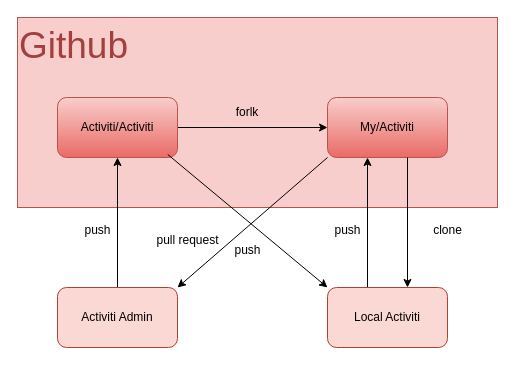
The draw.io diagram github的工作模式.drawio in ChengziMao/diagrams, before the edit. Source tidied: cells renumbered, new cells numbered last; positions are measured from the earlier drawing's top-left corner, leaving out a move shared by most shapes. Both pictures are drawn from the tidied source at 100%, with x=0, y=0 at pixel (17, 17).
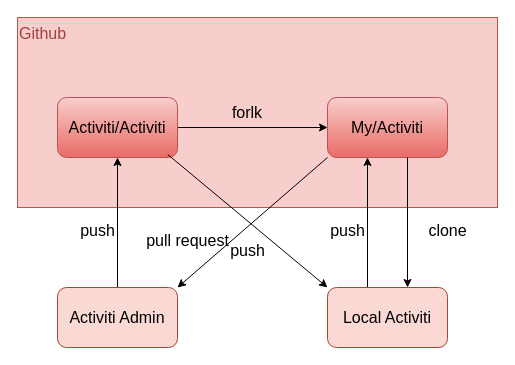
The same diagram, later.

Commit message (it also covers changes not shown here):
更新github的工作模式.drawio

What changed in the source:
```diff
@@
-    <mxCell id="2" value="&lt;font class=&quot;notranslate fyzs-translate-target fyzs-translate-target-wrapper&quot; style=&quot;vertical-align: inherit;&quot;&gt;&lt;font class=&quot;notranslate fyzs-translate-target fyzs-translate-target-box&quot; style=&quot;vertical-align: inherit;&quot;&gt;&lt;font class=&quot;notranslate fyzs-translate-target fyzs-translate-target-text&quot; title=&quot;G&quot; style=&quot;vertical-align: inherit; font-size: 37px;&quot;&gt;Github&lt;/font&gt;&lt;/font&gt;&lt;/font&gt;" style="rounded=0;whiteSpace=wrap;html=1;verticalAlign=top;align=left;fillColor=#f8cecc;strokeColor=#b85450;fontColor=light-dark(#a23f3f, #ededed);" parent="1" vertex="1">
+    <mxCell id="2" value="&lt;font class=&quot;notranslate fyzs-translate-target fyzs-translate-target-wrapper&quot; style=&quot;vertical-align: inherit;&quot;&gt;&lt;font class=&quot;notranslate fyzs-translate-target fyzs-translate-target-box&quot; style=&quot;vertical-align: inherit;&quot;&gt;&lt;font class=&quot;notranslate fyzs-translate-target fyzs-translate-target-text&quot; title=&quot;G&quot; style=&quot;vertical-align: inherit;&quot;&gt;Github&lt;/font&gt;&lt;/font&gt;&lt;/font&gt;" style="rounded=0;whiteSpace=wrap;html=1;verticalAlign=top;align=left;fillColor=#f8cecc;strokeColor=#b85450;fontColor=light-dark(#a23f3f, #ededed);fontSize=16;" parent="1" vertex="1">
       <mxGeometry width="480" height="190" as="geometry" />
     </mxCell>
-    <mxCell id="3" style="edgeStyle=orthogonalEdgeStyle;rounded=0;jettySize=auto;html=1;" parent="1" edge="1" source="4" target="9">
+    <mxCell id="3" style="edgeStyle=orthogonalEdgeStyle;rounded=0;jettySize=auto;html=1;fontSize=16;" parent="1" edge="1" source="4" target="9">
       <mxGeometry relative="1" as="geometry" />
     </mxCell>
-    <mxCell id="4" value="&lt;font style=&quot;vertical-align: inherit;&quot; class=&quot;notranslate fyzs-translate-target fyzs-translate-target-wrapper&quot;&gt;&lt;font style=&quot;vertical-align: inherit;&quot; class=&quot;notranslate fyzs-translate-target fyzs-translate-target-box&quot;&gt;&lt;font style=&quot;vertical-align: inherit;&quot; title=&quot;A&quot; class=&quot;notranslate fyzs-translate-target fyzs-translate-target-text&quot;&gt;Activiti/Activiti&lt;/font&gt;&lt;/font&gt;&lt;/font&gt;" style="rounded=1;whiteSpace=wrap;html=1;fillColor=#f8cecc;strokeColor=#b85450;gradientColor=#ea6b66;" parent="1" vertex="1">
+    <mxCell id="4" value="&lt;font style=&quot;vertical-align: inherit;&quot; class=&quot;notranslate fyzs-translate-target fyzs-translate-target-wrapper&quot;&gt;&lt;font style=&quot;vertical-align: inherit;&quot; class=&quot;notranslate fyzs-translate-target fyzs-translate-target-box&quot;&gt;&lt;font style=&quot;vertical-align: inherit;&quot; title=&quot;A&quot; class=&quot;notranslate fyzs-translate-target fyzs-translate-target-text&quot;&gt;Activiti/Activiti&lt;/font&gt;&lt;/font&gt;&lt;/font&gt;" style="rounded=1;whiteSpace=wrap;html=1;fillColor=#f8cecc;strokeColor=#b85450;gradientColor=#ea6b66;fontSize=16;" parent="1" vertex="1">
       <mxGeometry x="40" y="80" width="120" height="60" as="geometry" />
     </mxCell>
-    <mxCell id="5" style="edgeStyle=orthogonalEdgeStyle;rounded=0;jettySize=auto;html=1;entryX=0.5;entryY=1;entryDx=0;entryDy=0;" parent="1" edge="1" source="6" target="4">
+    <mxCell id="5" style="edgeStyle=orthogonalEdgeStyle;rounded=0;jettySize=auto;html=1;entryX=0.5;entryY=1;entryDx=0;entryDy=0;fontSize=16;" parent="1" edge="1" source="6" target="4">
       <mxGeometry relative="1" as="geometry" />
     </mxCell>
-    <mxCell id="6" value="&lt;font style=&quot;vertical-align: inherit;&quot; class=&quot;notranslate fyzs-translate-target fyzs-translate-target-wrapper&quot;&gt;&lt;font style=&quot;vertical-align: inherit;&quot; class=&quot;notranslate fyzs-translate-target fyzs-translate-target-box&quot;&gt;&lt;font style=&quot;vertical-align: inherit;&quot; title=&quot;A&quot; class=&quot;notranslate fyzs-translate-target fyzs-translate-target-text&quot;&gt;Activiti Admin&lt;/font&gt;&lt;/font&gt;&lt;/font&gt;" style="rounded=1;whiteSpace=wrap;html=1;fillColor=#fad9d5;strokeColor=#ae4132;" parent="1" vertex="1">
+    <mxCell id="6" value="&lt;font style=&quot;vertical-align: inherit;&quot; class=&quot;notranslate fyzs-translate-target fyzs-translate-target-wrapper&quot;&gt;&lt;font style=&quot;vertical-align: inherit;&quot; class=&quot;notranslate fyzs-translate-target fyzs-translate-target-box&quot;&gt;&lt;font style=&quot;vertical-align: inherit;&quot; title=&quot;A&quot; class=&quot;notranslate fyzs-translate-target fyzs-translate-target-text&quot;&gt;Activiti Admin&lt;/font&gt;&lt;/font&gt;&lt;/font&gt;" style="rounded=1;whiteSpace=wrap;html=1;fillColor=#fad9d5;strokeColor=#ae4132;fontSize=16;" parent="1" vertex="1">
       <mxGeometry x="40" y="270" width="120" height="60" as="geometry" />
     </mxCell>
-    <mxCell id="7" style="edgeStyle=orthogonalEdgeStyle;rounded=0;orthogonalLoop=1;jettySize=auto;html=1;entryX=0.5;entryY=1;entryDx=0;entryDy=0;" parent="1" edge="1">
+    <mxCell id="7" style="edgeStyle=orthogonalEdgeStyle;rounded=0;orthogonalLoop=1;jettySize=auto;html=1;entryX=0.5;entryY=1;entryDx=0;entryDy=0;fontSize=16;" parent="1" edge="1">
       <mxGeometry relative="1" as="geometry">
         <mxPoint x="350" y="270" as="sourcePoint" />
         <mxPoint x="350" y="140" as="targetPoint" />
       </mxGeometry>
     </mxCell>
-    <mxCell id="8" value="&lt;font style=&quot;vertical-align: inherit;&quot; class=&quot;notranslate fyzs-translate-target fyzs-translate-target-wrapper&quot;&gt;&lt;font style=&quot;vertical-align: inherit;&quot; class=&quot;notranslate fyzs-translate-target fyzs-translate-target-box&quot;&gt;&lt;font style=&quot;vertical-align: inherit;&quot; title=&quot;L&quot; class=&quot;notranslate fyzs-translate-target fyzs-translate-target-text&quot;&gt;Local Activiti&lt;/font&gt;&lt;/font&gt;&lt;/font&gt;" style="rounded=1;whiteSpace=wrap;html=1;fillColor=#fad9d5;strokeColor=#ae4132;" parent="1" vertex="1">
+    <mxCell id="8" value="&lt;font style=&quot;vertical-align: inherit;&quot; class=&quot;notranslate fyzs-translate-target fyzs-translate-target-wrapper&quot;&gt;&lt;font style=&quot;vertical-align: inherit;&quot; class=&quot;notranslate fyzs-translate-target fyzs-translate-target-box&quot;&gt;&lt;font style=&quot;vertical-align: inherit;&quot; title=&quot;L&quot; class=&quot;notranslate fyzs-translate-target fyzs-translate-target-text&quot;&gt;Local Activiti&lt;/font&gt;&lt;/font&gt;&lt;/font&gt;" style="rounded=1;whiteSpace=wrap;html=1;fillColor=#fad9d5;strokeColor=#ae4132;fontSize=16;" parent="1" vertex="1">
       <mxGeometry x="310" y="270" width="120" height="60" as="geometry" />
     </mxCell>
-    <mxCell id="9" value="&lt;font style=&quot;vertical-align: inherit;&quot; class=&quot;notranslate fyzs-translate-target fyzs-translate-target-wrapper&quot;&gt;&lt;font style=&quot;vertical-align: inherit;&quot; class=&quot;notranslate fyzs-translate-target fyzs-translate-target-box&quot;&gt;&lt;font style=&quot;vertical-align: inherit;&quot; title=&quot;m&quot; class=&quot;notranslate fyzs-translate-target fyzs-translate-target-text&quot;&gt;My/Activiti&lt;/font&gt;&lt;/font&gt;&lt;/font&gt;" style="rounded=1;whiteSpace=wrap;html=1;fillColor=#f8cecc;gradientColor=#ea6b66;strokeColor=#b85450;" parent="1" vertex="1">
+    <mxCell id="9" value="&lt;font style=&quot;vertical-align: inherit;&quot; class=&quot;notranslate fyzs-translate-target fyzs-translate-target-wrapper&quot;&gt;&lt;font style=&quot;vertical-align: inherit;&quot; class=&quot;notranslate fyzs-translate-target fyzs-translate-target-box&quot;&gt;&lt;font style=&quot;vertical-align: inherit;&quot; title=&quot;m&quot; class=&quot;notranslate fyzs-translate-target fyzs-translate-target-text&quot;&gt;My/Activiti&lt;/font&gt;&lt;/font&gt;&lt;/font&gt;" style="rounded=1;whiteSpace=wrap;html=1;fillColor=#f8cecc;gradientColor=#ea6b66;strokeColor=#b85450;fontSize=16;" parent="1" vertex="1">
       <mxGeometry x="310" y="80" width="120" height="60" as="geometry" />
     </mxCell>
-    <mxCell id="10" value="&lt;font style=&quot;vertical-align: inherit;&quot; class=&quot;notranslate fyzs-translate-target fyzs-translate-target-wrapper&quot;&gt;&lt;font style=&quot;vertical-align: inherit;&quot; class=&quot;notranslate fyzs-translate-target fyzs-translate-target-box&quot;&gt;&lt;font style=&quot;vertical-align: inherit;&quot; title=&quot;Text&quot; class=&quot;notranslate fyzs-translate-target fyzs-translate-target-text&quot;&gt;forlk&lt;/font&gt;&lt;/font&gt;&lt;/font&gt;" style="text;html=1;align=center;verticalAlign=middle;whiteSpace=wrap;rounded=0;" parent="1" vertex="1">
+    <mxCell id="10" value="&lt;font style=&quot;vertical-align: inherit;&quot; class=&quot;notranslate fyzs-translate-target fyzs-translate-target-wrapper&quot;&gt;&lt;font style=&quot;vertical-align: inherit;&quot; class=&quot;notranslate fyzs-translate-target fyzs-translate-target-box&quot;&gt;&lt;font style=&quot;vertical-align: inherit;&quot; title=&quot;Text&quot; class=&quot;notranslate fyzs-translate-target fyzs-translate-target-text&quot;&gt;forlk&lt;/font&gt;&lt;/font&gt;&lt;/font&gt;" style="text;html=1;align=center;verticalAlign=middle;whiteSpace=wrap;rounded=0;fontSize=16;" parent="1" vertex="1">
       <mxGeometry x="200" y="80" width="60" height="30" as="geometry" />
     </mxCell>
-    <mxCell id="11" value="&lt;font style=&quot;vertical-align: inherit;&quot; class=&quot;notranslate fyzs-translate-target fyzs-translate-target-wrapper&quot;&gt;&lt;font style=&quot;vertical-align: inherit;&quot; class=&quot;notranslate fyzs-translate-target fyzs-translate-target-box&quot;&gt;&lt;font style=&quot;vertical-align: inherit;&quot; title=&quot;Text&quot; class=&quot;notranslate fyzs-translate-target fyzs-translate-target-text&quot;&gt;push&lt;/font&gt;&lt;/font&gt;&lt;/font&gt;" style="text;html=1;align=center;verticalAlign=middle;strokeColor=none;fillColor=none;" parent="1" vertex="1">
-      <mxGeometry x="55" y="198" width="50" height="30" as="geometry" />
+    <mxCell id="11" value="&lt;font style=&quot;vertical-align: inherit;&quot; class=&quot;notranslate fyzs-translate-target fyzs-translate-target-wrapper&quot;&gt;&lt;font style=&quot;vertical-align: inherit;&quot; class=&quot;notranslate fyzs-translate-target fyzs-translate-target-box&quot;&gt;&lt;font style=&quot;vertical-align: inherit;&quot; title=&quot;Text&quot; class=&quot;notranslate fyzs-translate-target fyzs-translate-target-text&quot;&gt;push&lt;/font&gt;&lt;/font&gt;&lt;/font&gt;" style="text;html=1;align=center;verticalAlign=middle;strokeColor=none;fillColor=none;fontSize=16;" parent="1" vertex="1">
+      <mxGeometry x="50" y="198" width="60" height="30" as="geometry" />
     </mxCell>
-    <mxCell id="12" style="edgeStyle=orthogonalEdgeStyle;rounded=0;orthogonalLoop=1;jettySize=auto;html=1;entryX=0.5;entryY=1;entryDx=0;entryDy=0;" parent="1" edge="1">
+    <mxCell id="12" style="edgeStyle=orthogonalEdgeStyle;rounded=0;orthogonalLoop=1;jettySize=auto;html=1;entryX=0.5;entryY=1;entryDx=0;entryDy=0;fontSize=16;" parent="1" edge="1">
       <mxGeometry relative="1" as="geometry">
         <mxPoint x="390" y="140" as="sourcePoint" />
         <mxPoint x="390" y="270" as="targetPoint" />
       </mxGeometry>
     </mxCell>
-    <mxCell id="13" value="&lt;font style=&quot;vertical-align: inherit;&quot; class=&quot;notranslate fyzs-translate-target fyzs-translate-target-wrapper&quot;&gt;&lt;font style=&quot;vertical-align: inherit;&quot; class=&quot;notranslate fyzs-translate-target fyzs-translate-target-box&quot;&gt;&lt;font style=&quot;vertical-align: inherit;&quot; title=&quot;Text&quot; class=&quot;notranslate fyzs-translate-target fyzs-translate-target-text&quot;&gt;push&lt;/font&gt;&lt;/font&gt;&lt;/font&gt;" style="text;html=1;align=center;verticalAlign=middle;strokeColor=none;fillColor=none;" parent="1" vertex="1">
-      <mxGeometry x="305" y="198" width="50" height="30" as="geometry" />
+    <mxCell id="13" value="&lt;font style=&quot;vertical-align: inherit;&quot; class=&quot;notranslate fyzs-translate-target fyzs-translate-target-wrapper&quot;&gt;&lt;font style=&quot;vertical-align: inherit;&quot; class=&quot;notranslate fyzs-translate-target fyzs-translate-target-box&quot;&gt;&lt;font style=&quot;vertical-align: inherit;&quot; title=&quot;Text&quot; class=&quot;notranslate fyzs-translate-target fyzs-translate-target-text&quot;&gt;push&lt;/font&gt;&lt;/font&gt;&lt;/font&gt;" style="text;html=1;align=center;verticalAlign=middle;strokeColor=none;fillColor=none;fontSize=16;" parent="1" vertex="1">
+      <mxGeometry x="300" y="198" width="60" height="30" as="geometry" />
     </mxCell>
-    <mxCell id="14" value="&lt;font style=&quot;vertical-align: inherit;&quot; class=&quot;notranslate fyzs-translate-target fyzs-translate-target-wrapper&quot;&gt;&lt;font style=&quot;vertical-align: inherit;&quot; class=&quot;notranslate fyzs-translate-target fyzs-translate-target-box&quot;&gt;&lt;font style=&quot;vertical-align: inherit;&quot; title=&quot;Text&quot; class=&quot;notranslate fyzs-translate-target fyzs-translate-target-text&quot;&gt;clone&lt;/font&gt;&lt;/font&gt;&lt;/font&gt;" style="text;html=1;align=center;verticalAlign=middle;strokeColor=none;fillColor=none;" parent="1" vertex="1">
-      <mxGeometry x="405" y="198" width="50" height="30" as="geometry" />
+    <mxCell id="14" value="&lt;font style=&quot;vertical-align: inherit;&quot; class=&quot;notranslate fyzs-translate-target fyzs-translate-target-wrapper&quot;&gt;&lt;font style=&quot;vertical-align: inherit;&quot; class=&quot;notranslate fyzs-translate-target fyzs-translate-target-box&quot;&gt;&lt;font style=&quot;vertical-align: inherit;&quot; title=&quot;Text&quot; class=&quot;notranslate fyzs-translate-target fyzs-translate-target-text&quot;&gt;clone&lt;/font&gt;&lt;/font&gt;&lt;/font&gt;" style="text;html=1;align=center;verticalAlign=middle;strokeColor=none;fillColor=none;fontSize=16;" parent="1" vertex="1">
+      <mxGeometry x="400" y="198" width="60" height="30" as="geometry" />
     </mxCell>
-    <mxCell id="15" style="endArrow=classic;html=1;rounded=0;exitX=0.919;exitY=0.95;exitDx=0;exitDy=0;exitPerimeter=0;" parent="1" edge="1" source="4">
+    <mxCell id="15" style="endArrow=classic;html=1;rounded=0;exitX=0.919;exitY=0.95;exitDx=0;exitDy=0;exitPerimeter=0;fontSize=16;" parent="1" edge="1" source="4">
       <mxGeometry relative="1" as="geometry">
         <mxPoint x="310" y="270" as="targetPoint" />
       </mxGeometry>
     </mxCell>
-    <mxCell id="16" value="&lt;font style=&quot;vertical-align: inherit;&quot; class=&quot;notranslate fyzs-translate-target fyzs-translate-target-wrapper&quot;&gt;&lt;font style=&quot;vertical-align: inherit;&quot; class=&quot;notranslate fyzs-translate-target fyzs-translate-target-box&quot;&gt;&lt;font style=&quot;vertical-align: inherit;&quot; title=&quot;Text&quot; class=&quot;notranslate fyzs-translate-target fyzs-translate-target-text&quot;&gt;push&lt;/font&gt;&lt;/font&gt;&lt;/font&gt;" style="text;html=1;align=center;verticalAlign=middle;strokeColor=none;fillColor=none;" parent="1" vertex="1">
-      <mxGeometry x="205" y="218" width="50" height="30" as="geometry" />
+    <mxCell id="16" value="&lt;font style=&quot;vertical-align: inherit;&quot; class=&quot;notranslate fyzs-translate-target fyzs-translate-target-wrapper&quot;&gt;&lt;font style=&quot;vertical-align: inherit;&quot; class=&quot;notranslate fyzs-translate-target fyzs-translate-target-box&quot;&gt;&lt;font style=&quot;vertical-align: inherit;&quot; title=&quot;Text&quot; class=&quot;notranslate fyzs-translate-target fyzs-translate-target-text&quot;&gt;push&lt;/font&gt;&lt;/font&gt;&lt;/font&gt;" style="text;html=1;align=center;verticalAlign=middle;strokeColor=none;fillColor=none;fontSize=16;" parent="1" vertex="1">
+      <mxGeometry x="200" y="218" width="60" height="30" as="geometry" />
     </mxCell>
-    <mxCell id="17" style="endArrow=classic;html=1;rounded=0;exitX=0;exitY=1;exitDx=0;exitDy=0;" parent="1" edge="1" source="9">
+    <mxCell id="17" style="endArrow=classic;html=1;rounded=0;exitX=0;exitY=1;exitDx=0;exitDy=0;fontSize=16;" parent="1" edge="1" source="9">
       <mxGeometry relative="1" as="geometry">
         <mxPoint x="160" y="270" as="targetPoint" />
       </mxGeometry>
     </mxCell>
-    <mxCell id="18" value="&lt;font style=&quot;vertical-align: inherit;&quot; class=&quot;notranslate fyzs-translate-target fyzs-translate-target-wrapper&quot;&gt;&lt;font style=&quot;vertical-align: inherit;&quot; class=&quot;notranslate fyzs-translate-target fyzs-translate-target-box&quot;&gt;&lt;font style=&quot;vertical-align: inherit;&quot; title=&quot;Text&quot; class=&quot;notranslate fyzs-translate-target fyzs-translate-target-text&quot;&gt;pull request&lt;/font&gt;&lt;/font&gt;&lt;/font&gt;" style="text;html=1;align=center;verticalAlign=middle;strokeColor=none;fillColor=none;" parent="1" vertex="1">
-      <mxGeometry x="125" y="208" width="90" height="30" as="geometry" />
+    <mxCell id="18" value="&lt;font style=&quot;vertical-align: inherit;&quot; class=&quot;notranslate fyzs-translate-target fyzs-translate-target-wrapper&quot;&gt;&lt;font style=&quot;vertical-align: inherit;&quot; class=&quot;notranslate fyzs-translate-target fyzs-translate-target-box&quot;&gt;&lt;font style=&quot;vertical-align: inherit;&quot; title=&quot;Text&quot; class=&quot;notranslate fyzs-translate-target fyzs-translate-target-text&quot;&gt;pull request&lt;/font&gt;&lt;/font&gt;&lt;/font&gt;" style="text;html=1;align=center;verticalAlign=middle;strokeColor=none;fillColor=none;fontSize=16;" parent="1" vertex="1">
+      <mxGeometry x="115" y="208" width="110" height="30" as="geometry" />
     </mxCell>
```
